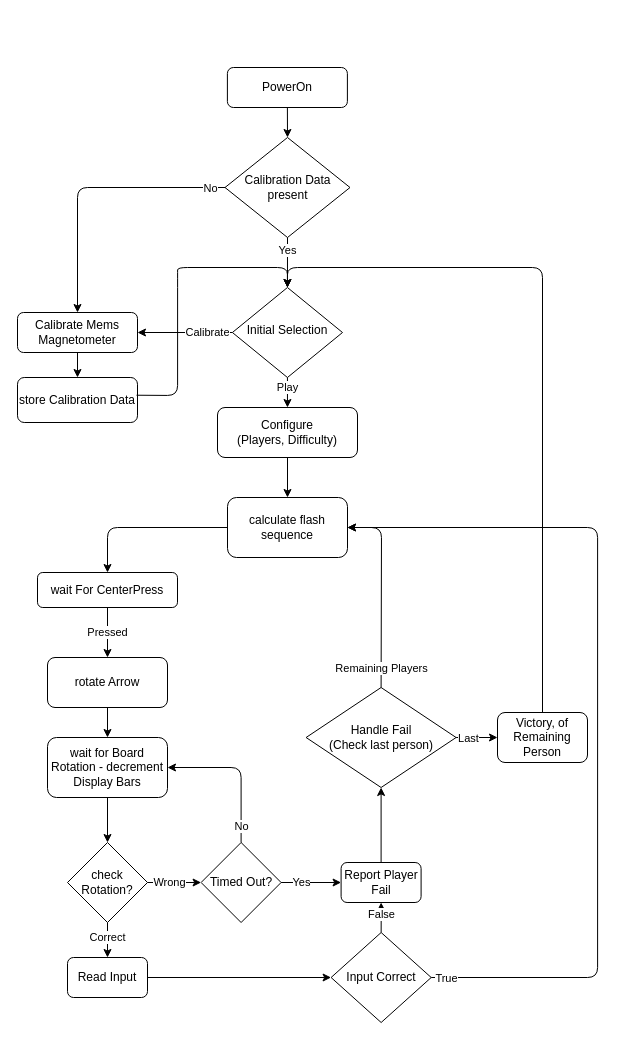
This is doc/MiniGame.drawio from Kraego/STM32-Minigame, a draw.io file, before an edit. Source tidied: cells renumbered, new cells numbered last; positions are measured from the earlier drawing's top-left corner, leaving out a move shared by most shapes. Both pictures are drawn from the tidied source at 100%, with x=0, y=0 at pixel (17, 67).
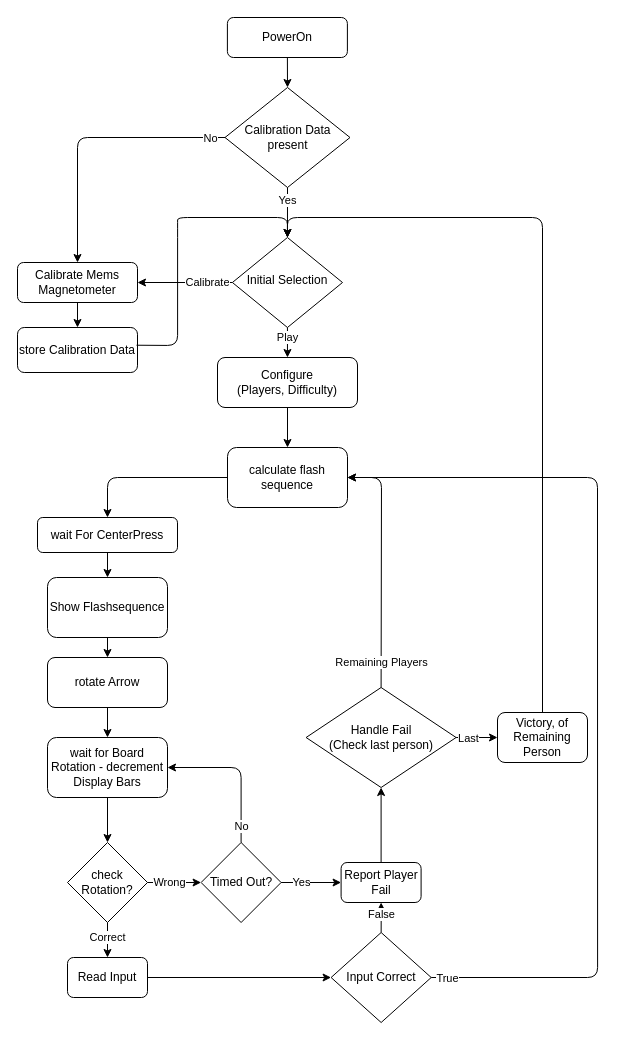
The same diagram, later.

The change refers to these unchanged cells:
```xml
<mxCell id="10" value="rotate Arrow" style="rounded=1;whiteSpace=wrap;html=1;" parent="1" vertex="1">
  <mxGeometry x="30" y="590" width="120" height="50" as="geometry" />
</mxCell>
<mxCell id="19" value="&lt;div&gt;Handle Fail &lt;br&gt;&lt;/div&gt;&lt;div&gt;(Check last person)&lt;/div&gt;" style="rhombus;whiteSpace=wrap;html=1;" parent="1" vertex="1">
  <mxGeometry x="288.6" y="620" width="150" height="100" as="geometry" />
</mxCell>
<mxCell id="20" value="Victory, of Remaining Person" style="rounded=1;whiteSpace=wrap;html=1;" parent="1" vertex="1">
  <mxGeometry x="480" y="645" width="90" height="50" as="geometry" />
</mxCell>
<mxCell id="40" value="Input Correct" style="rhombus;whiteSpace=wrap;html=1;" parent="1" vertex="1">
  <mxGeometry x="313.6" y="865" width="100.1" height="90" as="geometry" />
</mxCell>
```

What changed in the source:
```diff
@@
     <mxCell id="2" value="PowerOn" style="rounded=1;whiteSpace=wrap;html=1;fontSize=12;glass=0;strokeWidth=1;shadow=0;" parent="1" vertex="1">
-      <mxGeometry x="209.9" width="120" height="40" as="geometry" />
+      <mxGeometry x="209.9" y="-50" width="120" height="40" as="geometry" />
     </mxCell>
     <mxCell id="3" value="Calibrate" style="edgeStyle=orthogonalEdgeStyle;rounded=0;jettySize=auto;html=1;exitX=0;exitY=0.5;exitDx=0;exitDy=0;entryX=1;entryY=0.5;entryDx=0;entryDy=0;" parent="1" edge="1" source="4" target="5">
       <mxGeometry x="-0.48" relative="1" as="geometry">
         <Array as="points">
-          <mxPoint x="120.1" y="265" />
+          <mxPoint x="120.1" y="215" />
         </Array>
       </mxGeometry>
     </mxCell>
     <mxCell id="4" value="&lt;div&gt;Initial Selection&lt;/div&gt;" style="rhombus;whiteSpace=wrap;html=1;shadow=0;fontFamily=Helvetica;fontSize=12;align=center;strokeWidth=1;spacing=6;spacingTop=-4;" parent="1" vertex="1">
-      <mxGeometry x="214.9" y="220" width="110.1" height="90" as="geometry" />
+      <mxGeometry x="214.9" y="170" width="110.1" height="90" as="geometry" />
     </mxCell>
     <mxCell id="5" value="Calibrate Mems Magnetometer" style="rounded=1;whiteSpace=wrap;html=1;fontSize=12;glass=0;strokeWidth=1;shadow=0;" parent="1" vertex="1">
-      <mxGeometry y="245" width="120" height="40" as="geometry" />
+      <mxGeometry y="195" width="120" height="40" as="geometry" />
     </mxCell>
@@
     <mxCell id="7" value="&lt;div&gt;Configure&lt;/div&gt;&lt;div&gt;(Players, Difficulty)&lt;/div&gt;" style="rounded=1;whiteSpace=wrap;html=1;" parent="1" vertex="1">
-      <mxGeometry x="200" y="340" width="140" height="50" as="geometry" />
+      <mxGeometry x="200" y="290" width="140" height="50" as="geometry" />
     </mxCell>
@@
+    <mxCell id="46" style="edgeStyle=orthogonalEdgeStyle;rounded=0;jettySize=auto;html=1;exitX=0.5;exitY=1;exitDx=0;exitDy=0;entryX=0.5;entryY=0;entryDx=0;entryDy=0;" parent="1" edge="1" source="9" target="48">
+      <mxGeometry relative="1" as="geometry" />
+    </mxCell>
     <mxCell id="9" value="wait For CenterPress" style="rounded=1;whiteSpace=wrap;html=1;" parent="1" vertex="1">
-      <mxGeometry x="20" y="505" width="140" height="35" as="geometry" />
+      <mxGeometry x="20" y="450" width="140" height="35" as="geometry" />
     </mxCell>
@@
-    <mxCell id="11" value="Pressed" style="endArrow=classic;html=1;exitX=0.5;exitY=1;exitDx=0;exitDy=0;" parent="1" edge="1" source="9" target="10">
-      <mxGeometry relative="1" as="geometry" />
-    </mxCell>
@@
     <mxCell id="15" value="store Calibration Data" style="rounded=1;whiteSpace=wrap;html=1;" parent="1" vertex="1">
-      <mxGeometry y="310" width="120" height="45" as="geometry" />
+      <mxGeometry y="260" width="120" height="45" as="geometry" />
     </mxCell>
@@
     <mxCell id="28" style="endArrow=classic;html=1;entryX=0.5;entryY=0;entryDx=0;entryDy=0;exitX=0.5;exitY=0;exitDx=0;exitDy=0;" parent="1" edge="1" source="20" target="4">
       <mxGeometry relative="1" as="geometry">
         <Array as="points">
-          <mxPoint x="525" y="200" />
-          <mxPoint x="270" y="200" />
+          <mxPoint x="525" y="150" />
+          <mxPoint x="270" y="150" />
         </Array>
       </mxGeometry>
     </mxCell>
@@
     <mxCell id="30" value="calculate flash sequence" style="rounded=1;whiteSpace=wrap;html=1;" parent="1" vertex="1">
-      <mxGeometry x="210" y="430" width="120" height="60" as="geometry" />
+      <mxGeometry x="210" y="380" width="120" height="60" as="geometry" />
     </mxCell>
     <mxCell id="31" style="endArrow=classic;html=1;exitX=0;exitY=0.5;exitDx=0;exitDy=0;entryX=0.5;entryY=0;entryDx=0;entryDy=0;" parent="1" edge="1" source="30" target="9">
       <mxGeometry relative="1" as="geometry">
         <Array as="points">
-          <mxPoint x="90" y="460" />
+          <mxPoint x="90" y="410" />
         </Array>
       </mxGeometry>
     </mxCell>
     <mxCell id="32" value="&lt;font style=&quot;font-size: 12px&quot;&gt;Calibration Data present&lt;/font&gt;" style="rhombus;html=1;spacing=2;whiteSpace=wrap;" parent="1" vertex="1">
-      <mxGeometry x="207.5" y="70" width="125" height="100" as="geometry" />
+      <mxGeometry x="207.5" y="20" width="125" height="100" as="geometry" />
     </mxCell>
@@
     <mxCell id="35" style="endArrow=classic;html=1;entryX=0.5;entryY=0;entryDx=0;entryDy=0;exitX=0;exitY=0.5;exitDx=0;exitDy=0;" parent="1" edge="1" source="32" target="5">
       <mxGeometry relative="1" as="geometry">
         <Array as="points">
-          <mxPoint x="60" y="120" />
+          <mxPoint x="60" y="70" />
         </Array>
       </mxGeometry>
     </mxCell>
@@
     <mxCell id="37" style="endArrow=classic;html=1;exitX=0.992;exitY=0.394;exitDx=0;exitDy=0;exitPerimeter=0;entryX=0.5;entryY=0;entryDx=0;entryDy=0;" parent="1" edge="1" source="15" target="4">
       <mxGeometry relative="1" as="geometry">
         <Array as="points">
-          <mxPoint x="160.1" y="328" />
-          <mxPoint x="160.1" y="210" />
-          <mxPoint x="160.1" y="200" />
-          <mxPoint x="270" y="200" />
+          <mxPoint x="160.1" y="278" />
+          <mxPoint x="160.1" y="160" />
+          <mxPoint x="160.1" y="150" />
+          <mxPoint x="270" y="150" />
         </Array>
       </mxGeometry>
     </mxCell>
@@
     <mxCell id="42" style="endArrow=classic;html=1;exitX=1;exitY=0.5;exitDx=0;exitDy=0;entryX=1;entryY=0.5;entryDx=0;entryDy=0;" parent="1" edge="1" source="40" target="30">
       <mxGeometry relative="1" as="geometry">
         <Array as="points">
           <mxPoint x="580.1" y="910" />
-          <mxPoint x="580.1" y="460" />
+          <mxPoint x="580" y="410" />
         </Array>
       </mxGeometry>
     </mxCell>
@@
     <mxCell id="44" style="endArrow=classic;html=1;exitX=0.5;exitY=0;exitDx=0;exitDy=0;entryX=1;entryY=0.5;entryDx=0;entryDy=0;" parent="1" edge="1" source="19" target="30">
       <mxGeometry relative="1" as="geometry">
         <Array as="points">
-          <mxPoint x="364" y="460" />
+          <mxPoint x="364" y="410" />
         </Array>
       </mxGeometry>
     </mxCell>
@@
+    <mxCell id="47" style="edgeStyle=orthogonalEdgeStyle;rounded=0;jettySize=auto;html=1;exitX=0.5;exitY=1;exitDx=0;exitDy=0;entryX=0.5;entryY=0;entryDx=0;entryDy=0;" parent="1" edge="1" source="48" target="10">
+      <mxGeometry relative="1" as="geometry" />
+    </mxCell>
+    <mxCell id="48" value="Show Flashsequence" style="rounded=1;whiteSpace=wrap;html=1;" parent="1" vertex="1">
+      <mxGeometry x="30" y="510" width="120" height="60" as="geometry" />
+    </mxCell>
```
